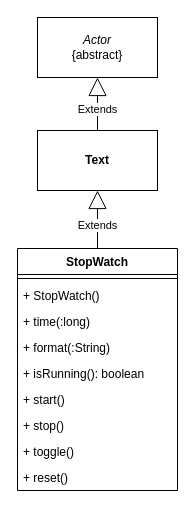
Earlier version of the draw.io diagram docs/drawio/StopWatch.drawio (engine-pi/engine-pi). Source tidied: cells renumbered, new cells numbered last; positions are measured from the earlier drawing's top-left corner, leaving out a move shared by most shapes. Both pictures are drawn from the tidied source at 100%, with x=0, y=0 at pixel (17, 17).
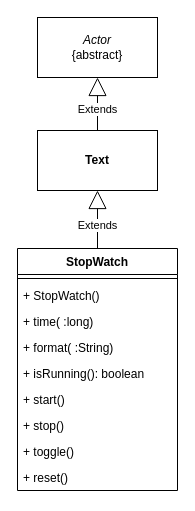
The same diagram, later.

The edit, as a diff of the source:
```diff
@@
 <mxGraphModel>
   <root>
     <mxCell id="0" />
     <mxCell id="1" parent="0" />
     <mxCell id="2" value="&lt;font face=&quot;Cantarell&quot;&gt;StopWatch&lt;/font&gt;" style="swimlane;fontStyle=1;align=center;verticalAlign=top;horizontal=1;startSize=26;whiteSpace=wrap;html=1;" parent="1" vertex="1">
       <mxGeometry y="231" width="160" height="242" as="geometry" />
     </mxCell>
     <mxCell id="3" style="line;strokeWidth=1;fillColor=none;align=left;verticalAlign=middle;spacingTop=-1;spacingLeft=3;spacingRight=3;labelPosition=right;strokeColor=inherit;" parent="2" vertex="1">
       <mxGeometry y="26" width="160" height="8" as="geometry" />
     </mxCell>
     <mxCell id="4" value="&lt;font face=&quot;Cantarell&quot;&gt;+ StopWatch()&lt;/font&gt;" style="text;strokeColor=none;fillColor=none;align=left;verticalAlign=top;spacingLeft=4;spacingRight=4;overflow=hidden;whiteSpace=wrap;html=1;" parent="2" vertex="1">
       <mxGeometry y="34" width="160" height="26" as="geometry" />
     </mxCell>
-    <mxCell id="5" value="&lt;div&gt;&lt;font face=&quot;Cantarell&quot;&gt;+ time(:long)&lt;/font&gt;&lt;/div&gt;" style="text;strokeColor=none;fillColor=none;align=left;verticalAlign=top;spacingLeft=4;spacingRight=4;overflow=hidden;whiteSpace=wrap;html=1;" parent="2" vertex="1">
+    <mxCell id="5" value="&lt;div&gt;&lt;font face=&quot;Cantarell&quot;&gt;+ time( :long)&lt;/font&gt;&lt;/div&gt;" style="text;strokeColor=none;fillColor=none;align=left;verticalAlign=top;spacingLeft=4;spacingRight=4;overflow=hidden;whiteSpace=wrap;html=1;" parent="2" vertex="1">
       <mxGeometry y="60" width="160" height="26" as="geometry" />
     </mxCell>
-    <mxCell id="6" value="&lt;div&gt;&lt;font face=&quot;Cantarell&quot;&gt;+ format(:String)&lt;/font&gt;&lt;/div&gt;" style="text;strokeColor=none;fillColor=none;align=left;verticalAlign=top;spacingLeft=4;spacingRight=4;overflow=hidden;whiteSpace=wrap;html=1;" parent="2" vertex="1">
+    <mxCell id="6" value="&lt;div&gt;&lt;font face=&quot;Cantarell&quot;&gt;+ format( :String)&lt;/font&gt;&lt;/div&gt;" style="text;strokeColor=none;fillColor=none;align=left;verticalAlign=top;spacingLeft=4;spacingRight=4;overflow=hidden;whiteSpace=wrap;html=1;" parent="2" vertex="1">
       <mxGeometry y="86" width="160" height="26" as="geometry" />
     </mxCell>
     <mxCell id="7" value="&lt;div&gt;&lt;font face=&quot;Cantarell&quot;&gt;+ isRunning(): boolean&lt;/font&gt;&lt;/div&gt;" style="text;strokeColor=none;fillColor=none;align=left;verticalAlign=top;spacingLeft=4;spacingRight=4;overflow=hidden;whiteSpace=wrap;html=1;" parent="2" vertex="1">
       <mxGeometry y="112" width="160" height="26" as="geometry" />
     </mxCell>
     <mxCell id="8" value="&lt;div&gt;&lt;font face=&quot;Cantarell&quot;&gt;+ start()&lt;/font&gt;&lt;/div&gt;" style="text;strokeColor=none;fillColor=none;align=left;verticalAlign=top;spacingLeft=4;spacingRight=4;overflow=hidden;whiteSpace=wrap;html=1;" parent="2" vertex="1">
       <mxGeometry y="138" width="160" height="26" as="geometry" />
     </mxCell>
     <mxCell id="9" value="&lt;div&gt;&lt;font face=&quot;Cantarell&quot;&gt;+ stop()&lt;/font&gt;&lt;/div&gt;" style="text;strokeColor=none;fillColor=none;align=left;verticalAlign=top;spacingLeft=4;spacingRight=4;overflow=hidden;whiteSpace=wrap;html=1;" parent="2" vertex="1">
       <mxGeometry y="164" width="160" height="26" as="geometry" />
     </mxCell>
     <mxCell id="10" value="&lt;div&gt;&lt;font face=&quot;Cantarell&quot;&gt;+ toggle()&lt;/font&gt;&lt;/div&gt;" style="text;strokeColor=none;fillColor=none;align=left;verticalAlign=top;spacingLeft=4;spacingRight=4;overflow=hidden;whiteSpace=wrap;html=1;" parent="2" vertex="1">
       <mxGeometry y="190" width="160" height="26" as="geometry" />
     </mxCell>
     <mxCell id="11" value="&lt;div&gt;&lt;font face=&quot;Cantarell&quot;&gt;+ reset()&lt;/font&gt;&lt;/div&gt;" style="text;strokeColor=none;fillColor=none;align=left;verticalAlign=top;spacingLeft=4;spacingRight=4;overflow=hidden;whiteSpace=wrap;html=1;" parent="2" vertex="1">
       <mxGeometry y="216" width="160" height="26" as="geometry" />
     </mxCell>
     <mxCell id="12" value="&lt;font&gt;&lt;i&gt;Actor&lt;/i&gt;&lt;/font&gt;&lt;div&gt;&lt;font&gt;{abstract}&lt;/font&gt;&lt;/div&gt;" style="rounded=0;whiteSpace=wrap;html=1;fontFamily=Cantarell;" parent="1" vertex="1">
       <mxGeometry x="20" width="120" height="60" as="geometry" />
     </mxCell>
     <mxCell id="13" value="Extends" style="endArrow=block;endSize=16;endFill=0;html=1;fontFamily=Cantarell;" parent="1" edge="1" source="2" target="14">
       <mxGeometry x="-0.2" relative="1" as="geometry" />
     </mxCell>
     <mxCell id="14" value="&lt;b&gt;Text&lt;/b&gt;" style="rounded=0;whiteSpace=wrap;html=1;fontFamily=Cantarell;" parent="1" vertex="1">
       <mxGeometry x="20" y="113" width="120" height="60" as="geometry" />
     </mxCell>
     <mxCell id="15" value="Extends" style="endArrow=block;endSize=16;endFill=0;html=1;fontFamily=Cantarell;" parent="1" edge="1" source="14" target="12">
       <mxGeometry x="-0.2" relative="1" as="geometry" />
     </mxCell>
   </root>
 </mxGraphModel>
```
